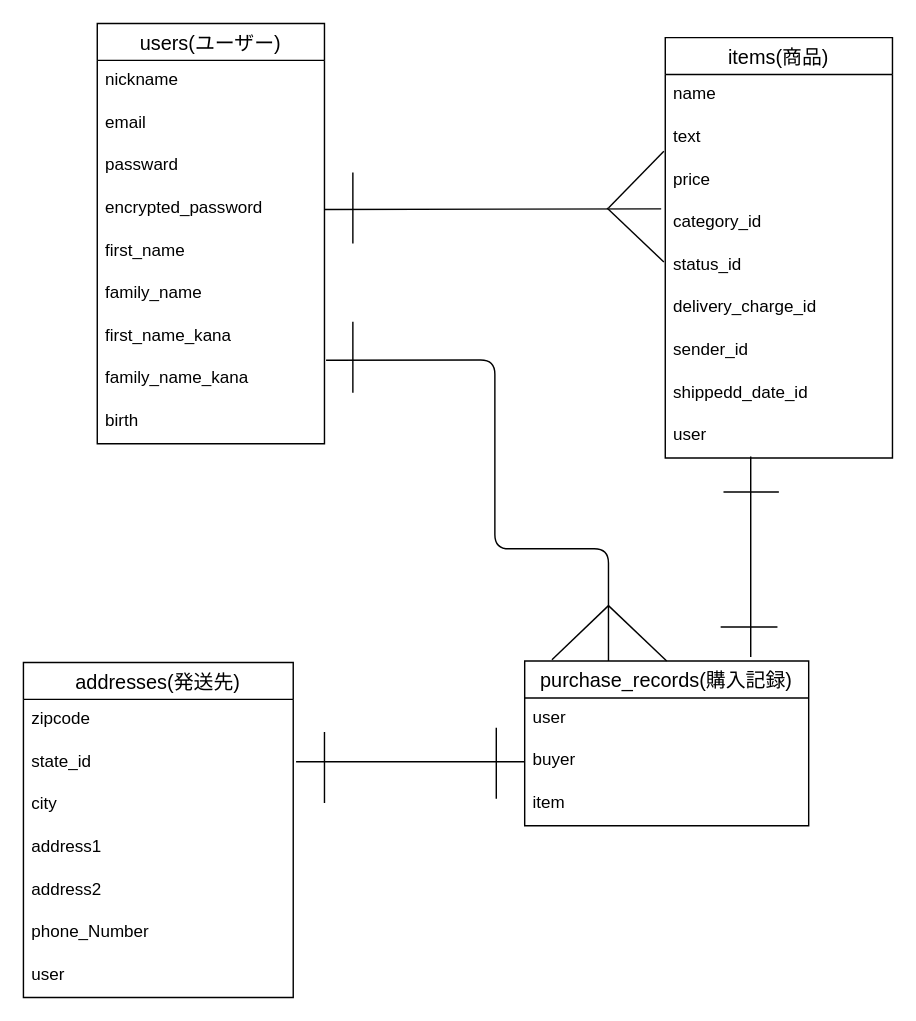
Before: config/test.dio in syunkou/furima-38377, a draw.io diagram. Source tidied: cells renumbered, new cells numbered last; positions are measured from the earlier drawing's top-left corner, leaving out a move shared by most shapes. Both pictures are drawn from the tidied source at 142%, with x=0, y=0 at pixel (23, 23).
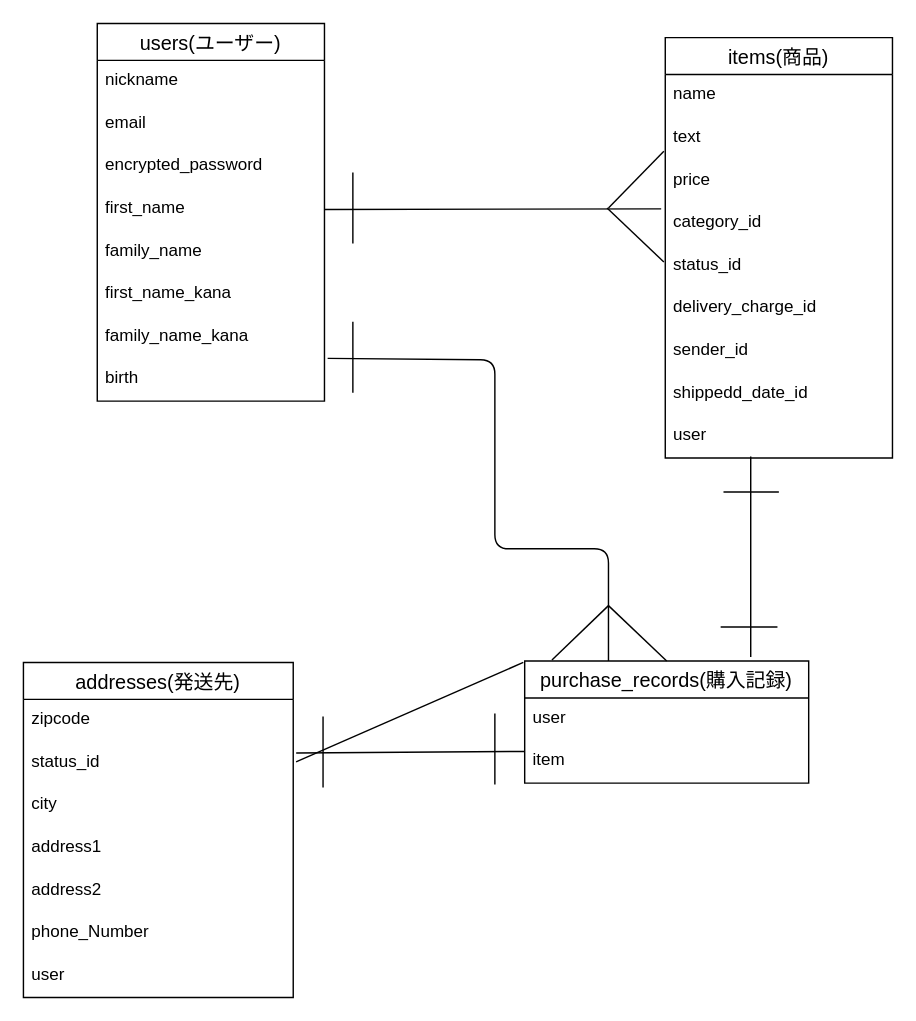
The same diagram, later.

The change refers to these unchanged cells:
```xml
<mxCell id="16" value="category_id   " style="text;strokeColor=none;fillColor=none;spacingLeft=4;spacingRight=4;overflow=hidden;points=[[0,0.5],[1,0.5]];portConstraint=eastwest;fontSize=12;html=0;" parent="12" vertex="1">
  <mxGeometry y="116" width="160" height="30" as="geometry" />
</mxCell>
<mxCell id="26" value="addresses(発送先)" style="swimlane;fontStyle=0;horizontal=1;startSize=26;align=center;fontSize=14;strokeColor=default;html=0;" parent="1" vertex="1">
  <mxGeometry y="450" width="190" height="236" as="geometry" />
</mxCell>
```

Diff of the diagram source:
```diff
@@
     <mxCell id="2" value="users(ユーザー)" style="swimlane;fontStyle=0;horizontal=1;startSize=26;align=center;fontSize=14;strokeColor=default;html=0;" parent="1" vertex="1">
-      <mxGeometry x="52" width="160" height="296" as="geometry" />
+      <mxGeometry x="52" width="160" height="266" as="geometry" />
     </mxCell>
@@
-    <mxCell id="5" value="passward" style="text;strokeColor=none;fillColor=none;spacingLeft=4;spacingRight=4;overflow=hidden;fontSize=12;html=0;" parent="2" vertex="1">
-      <mxGeometry y="86" width="160" height="30" as="geometry" />
-    </mxCell>
     <mxCell id="6" value="encrypted_password" style="text;strokeColor=none;fillColor=none;spacingLeft=4;spacingRight=4;overflow=hidden;points=[[0,0.5],[1,0.5]];portConstraint=eastwest;fontSize=12;html=0;" parent="2" vertex="1">
-      <mxGeometry y="116" width="160" height="30" as="geometry" />
+      <mxGeometry y="86" width="160" height="30" as="geometry" />
     </mxCell>
     <mxCell id="7" value="first_name" style="text;strokeColor=none;fillColor=none;spacingLeft=4;spacingRight=4;overflow=hidden;points=[[0,0.5],[1,0.5]];portConstraint=eastwest;fontSize=12;html=0;" parent="2" vertex="1">
-      <mxGeometry y="146" width="160" height="30" as="geometry" />
+      <mxGeometry y="116" width="160" height="30" as="geometry" />
     </mxCell>
     <mxCell id="8" value="family_name" style="text;strokeColor=none;fillColor=none;spacingLeft=4;spacingRight=4;overflow=hidden;fontSize=12;html=0;" parent="2" vertex="1">
-      <mxGeometry y="176" width="160" height="30" as="geometry" />
+      <mxGeometry y="146" width="160" height="30" as="geometry" />
     </mxCell>
     <mxCell id="9" value="first_name_kana" style="text;strokeColor=none;fillColor=none;spacingLeft=4;spacingRight=4;overflow=hidden;fontSize=12;html=0;" parent="2" vertex="1">
-      <mxGeometry y="206" width="160" height="30" as="geometry" />
+      <mxGeometry y="176" width="160" height="30" as="geometry" />
     </mxCell>
     <mxCell id="10" value="family_name_kana" style="text;strokeColor=none;fillColor=none;spacingLeft=4;spacingRight=4;overflow=hidden;points=[[0,0.5],[1,0.5]];portConstraint=eastwest;fontSize=12;html=0;" parent="2" vertex="1">
-      <mxGeometry y="236" width="160" height="30" as="geometry" />
+      <mxGeometry y="206" width="160" height="30" as="geometry" />
     </mxCell>
     <mxCell id="11" value="birth" style="text;strokeColor=none;fillColor=none;spacingLeft=4;spacingRight=4;overflow=hidden;fontSize=12;html=0;" parent="2" vertex="1">
-      <mxGeometry y="266" width="160" height="30" as="geometry" />
+      <mxGeometry y="236" width="160" height="30" as="geometry" />
     </mxCell>
@@
     <mxCell id="22" value="purchase_records(購入記録)" style="swimlane;fontStyle=0;horizontal=1;startSize=26;align=center;fontSize=14;strokeColor=default;html=0;" parent="1" vertex="1">
-      <mxGeometry x="353" y="449" width="200" height="116" as="geometry" />
+      <mxGeometry x="353" y="449" width="200" height="86" as="geometry" />
     </mxCell>
@@
-    <mxCell id="24" value="buyer" style="text;strokeColor=none;fillColor=none;spacingLeft=4;spacingRight=4;overflow=hidden;points=[[0,0.5],[1,0.5]];portConstraint=eastwest;fontSize=12;html=0;" parent="22" vertex="1">
-      <mxGeometry y="56" width="200" height="30" as="geometry" />
-    </mxCell>
     <mxCell id="25" value="item" style="text;strokeColor=none;fillColor=none;spacingLeft=4;spacingRight=4;overflow=hidden;points=[[0,0.5],[1,0.5]];portConstraint=eastwest;fontSize=12;html=0;" parent="22" vertex="1">
-      <mxGeometry y="86" width="200" height="30" as="geometry" />
+      <mxGeometry y="56" width="200" height="30" as="geometry" />
     </mxCell>
@@
-    <mxCell id="28" value="state_id" style="text;strokeColor=none;fillColor=none;spacingLeft=4;spacingRight=4;overflow=hidden;points=[[0,0.5],[1,0.5]];portConstraint=eastwest;fontSize=12;html=0;" parent="26" vertex="1">
+    <mxCell id="28" value="status_id" style="text;strokeColor=none;fillColor=none;spacingLeft=4;spacingRight=4;overflow=hidden;points=[[0,0.5],[1,0.5]];portConstraint=eastwest;fontSize=12;html=0;" parent="26" vertex="1">
       <mxGeometry y="56" width="190" height="30" as="geometry" />
     </mxCell>
@@
-    <mxCell id="37" style="endArrow=none;html=1;exitX=1;exitY=0.5;exitDx=0;exitDy=0;entryX=-0.018;entryY=0.153;entryDx=0;entryDy=0;entryPerimeter=0;" parent="1" edge="1" source="6" target="16">
+    <mxCell id="37" style="endArrow=none;html=1;exitX=1;exitY=0.5;exitDx=0;exitDy=0;entryX=-0.018;entryY=0.153;entryDx=0;entryDy=0;entryPerimeter=0;" parent="1" edge="1" source="7" target="16">
       <mxGeometry relative="1" as="geometry" />
     </mxCell>
-    <mxCell id="38" style="endArrow=none;html=1;exitX=1.007;exitY=0.039;exitDx=0;exitDy=0;exitPerimeter=0;entryX=0.295;entryY=0;entryDx=0;entryDy=0;entryPerimeter=0;" parent="1" edge="1" source="10" target="22">
+    <mxCell id="38" style="endArrow=none;html=1;exitX=1.014;exitY=0.995;exitDx=0;exitDy=0;exitPerimeter=0;entryX=0.295;entryY=0;entryDx=0;entryDy=0;entryPerimeter=0;" parent="1" edge="1" source="10" target="22">
       <mxGeometry relative="1" as="geometry">
         <Array as="points">
           <mxPoint x="332" y="237" />
           <mxPoint x="332" y="370" />
           <mxPoint x="412" y="370" />
         </Array>
       </mxGeometry>
     </mxCell>
@@
-    <mxCell id="45" style="endArrow=none;html=1;entryX=0;entryY=0.5;entryDx=0;entryDy=0;" parent="1" edge="1" target="24">
+    <mxCell id="45" style="endArrow=none;html=1;entryX=0;entryY=0.5;entryDx=0;entryDy=0;" parent="1" edge="1">
       <mxGeometry relative="1" as="geometry">
         <mxPoint x="192" y="520" as="sourcePoint" />
+        <mxPoint x="352" y="450" as="targetPoint" />
       </mxGeometry>
     </mxCell>
     <mxCell id="46" style="endArrow=none;html=1;" parent="1" edge="1">
       <mxGeometry relative="1" as="geometry">
-        <mxPoint x="212" y="549" as="sourcePoint" />
-        <mxPoint x="212" y="499" as="targetPoint" />
+        <mxPoint x="211" y="538" as="sourcePoint" />
+        <mxPoint x="211" y="488" as="targetPoint" />
       </mxGeometry>
     </mxCell>
     <mxCell id="47" style="endArrow=none;html=1;" parent="1" edge="1">
       <mxGeometry relative="1" as="geometry">
-        <mxPoint x="333" y="546" as="sourcePoint" />
-        <mxPoint x="333" y="496" as="targetPoint" />
+        <mxPoint x="332" y="536" as="sourcePoint" />
+        <mxPoint x="332" y="486" as="targetPoint" />
       </mxGeometry>
     </mxCell>
+    <mxCell id="48" style="endArrow=none;html=1;exitX=1.011;exitY=0.258;exitDx=0;exitDy=0;entryX=0.001;entryY=0.256;entryDx=0;entryDy=0;entryPerimeter=0;exitPerimeter=0;" parent="1" edge="1" source="28" target="25">
+      <mxGeometry relative="1" as="geometry" />
+    </mxCell>
```
